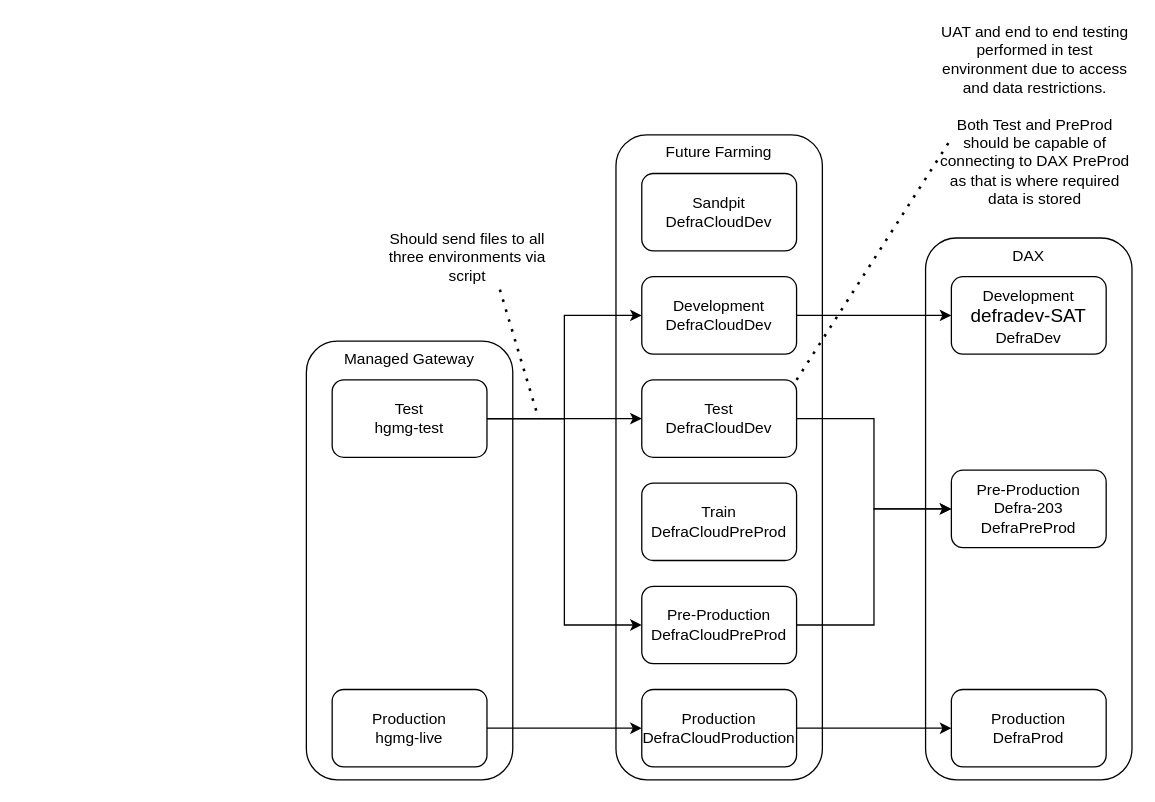
johnwatson484/diagrams keeps this draw.io diagram as vv-integration.drawio. Above is the earlier version. Source tidied: cells renumbered, new cells numbered last; positions are measured from the earlier drawing's top-left corner, leaving out a move shared by most shapes. Both pictures are drawn from the tidied source at 129%, with x=0, y=0 at pixel (306, 95).
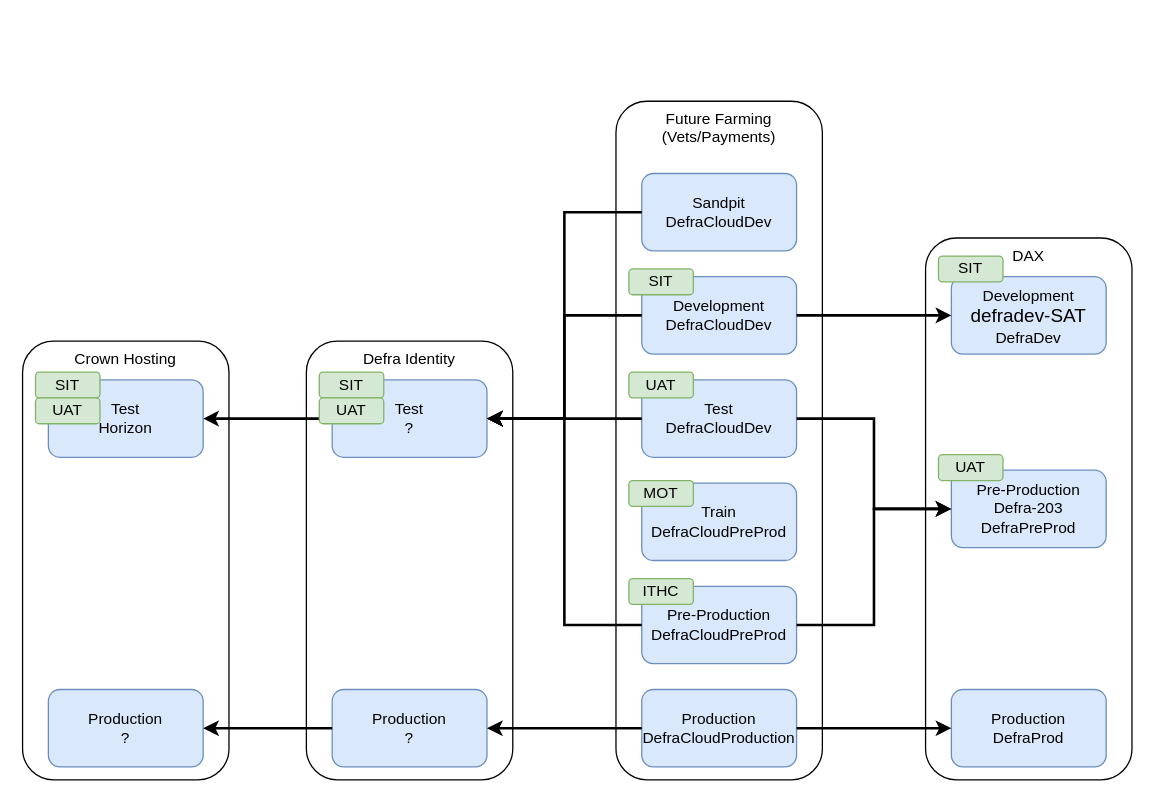
Above is the later version.

Change to the diagram source:
```diff
@@
-    <mxCell id="3" value="Future Farming" style="rounded=1;whiteSpace=wrap;html=1;verticalAlign=top;" parent="1" vertex="1">
-      <mxGeometry x="240" y="30" width="160" height="500" as="geometry" />
+    <mxCell id="3" value="Future Farming&lt;br&gt;(Vets/Payments)" style="rounded=1;whiteSpace=wrap;html=1;verticalAlign=top;" parent="1" vertex="1">
+      <mxGeometry x="240" y="4" width="160" height="526" as="geometry" />
     </mxCell>
-    <mxCell id="4" value="Managed Gateway" style="rounded=1;whiteSpace=wrap;html=1;verticalAlign=top;" parent="1" vertex="1">
+    <mxCell id="4" value="Defra Identity" style="rounded=1;whiteSpace=wrap;html=1;verticalAlign=top;" parent="1" vertex="1">
       <mxGeometry y="190" width="160" height="340" as="geometry" />
     </mxCell>
-    <mxCell id="5" value="Sandpit&lt;br&gt;DefraCloudDev" style="rounded=1;whiteSpace=wrap;html=1;" parent="1" vertex="1">
+    <mxCell id="5" value="Sandpit&lt;br&gt;DefraCloudDev" style="rounded=1;whiteSpace=wrap;html=1;fillColor=#dae8fc;strokeColor=#6c8ebf;" parent="1" vertex="1">
       <mxGeometry x="260" y="60" width="120" height="60" as="geometry" />
     </mxCell>
-    <mxCell id="6" style="edgeStyle=orthogonalEdgeStyle;rounded=0;jettySize=auto;html=1;" parent="1" edge="1" source="7" target="15">
-      <mxGeometry relative="1" as="geometry" />
-    </mxCell>
-    <mxCell id="7" value="Development&lt;br&gt;DefraCloudDev" style="rounded=1;whiteSpace=wrap;html=1;" parent="1" vertex="1">
+    <mxCell id="7" value="Development&lt;br&gt;DefraCloudDev" style="rounded=1;whiteSpace=wrap;html=1;fillColor=#dae8fc;strokeColor=#6c8ebf;" parent="1" vertex="1">
       <mxGeometry x="260" y="140" width="120" height="60" as="geometry" />
     </mxCell>
-    <mxCell id="8" style="edgeStyle=orthogonalEdgeStyle;rounded=0;jettySize=auto;html=1;entryX=0;entryY=0.5;entryDx=0;entryDy=0;" parent="1" edge="1" source="9" target="16">
-      <mxGeometry relative="1" as="geometry" />
-    </mxCell>
-    <mxCell id="9" value="Test&lt;br&gt;DefraCloudDev" style="rounded=1;whiteSpace=wrap;html=1;" parent="1" vertex="1">
+    <mxCell id="9" value="Test&lt;br&gt;DefraCloudDev" style="rounded=1;whiteSpace=wrap;html=1;fillColor=#dae8fc;strokeColor=#6c8ebf;" parent="1" vertex="1">
       <mxGeometry x="260" y="220" width="120" height="60" as="geometry" />
     </mxCell>
-    <mxCell id="10" value="Train&lt;br&gt;DefraCloudPreProd" style="rounded=1;whiteSpace=wrap;html=1;" parent="1" vertex="1">
+    <mxCell id="10" value="Train&lt;br&gt;DefraCloudPreProd" style="rounded=1;whiteSpace=wrap;html=1;fillColor=#dae8fc;strokeColor=#6c8ebf;" parent="1" vertex="1">
       <mxGeometry x="260" y="300" width="120" height="60" as="geometry" />
     </mxCell>
-    <mxCell id="11" style="edgeStyle=orthogonalEdgeStyle;rounded=0;jettySize=auto;html=1;entryX=0;entryY=0.5;entryDx=0;entryDy=0;" parent="1" edge="1" source="12" target="16">
-      <mxGeometry relative="1" as="geometry" />
-    </mxCell>
-    <mxCell id="12" value="Pre-Production&lt;br&gt;DefraCloudPreProd" style="rounded=1;whiteSpace=wrap;html=1;" parent="1" vertex="1">
+    <mxCell id="12" value="Pre-Production&lt;br&gt;DefraCloudPreProd" style="rounded=1;whiteSpace=wrap;html=1;fillColor=#dae8fc;strokeColor=#6c8ebf;" parent="1" vertex="1">
       <mxGeometry x="260" y="380" width="120" height="60" as="geometry" />
     </mxCell>
-    <mxCell id="13" style="edgeStyle=orthogonalEdgeStyle;rounded=0;jettySize=auto;html=1;" parent="1" edge="1" source="14" target="17">
-      <mxGeometry relative="1" as="geometry" />
-    </mxCell>
-    <mxCell id="14" value="Production&lt;br&gt;DefraCloudProduction" style="rounded=1;whiteSpace=wrap;html=1;" parent="1" vertex="1">
+    <mxCell id="14" value="Production&lt;br&gt;DefraCloudProduction" style="rounded=1;whiteSpace=wrap;html=1;fillColor=#dae8fc;strokeColor=#6c8ebf;" parent="1" vertex="1">
       <mxGeometry x="260" y="460" width="120" height="60" as="geometry" />
     </mxCell>
-    <mxCell id="15" value="Development&lt;font face=&quot;calibri, sans-serif&quot;&gt;&lt;span style=&quot;font-size: 14.6667px&quot;&gt;&lt;br&gt;defradev-SAT&lt;/span&gt;&lt;/font&gt;&lt;br&gt;DefraDev" style="rounded=1;whiteSpace=wrap;html=1;" parent="1" vertex="1">
+    <mxCell id="15" value="Development&lt;font face=&quot;calibri, sans-serif&quot;&gt;&lt;span style=&quot;font-size: 14.6667px&quot;&gt;&lt;br&gt;defradev-SAT&lt;/span&gt;&lt;/font&gt;&lt;br&gt;DefraDev" style="rounded=1;whiteSpace=wrap;html=1;fillColor=#dae8fc;strokeColor=#6c8ebf;" parent="1" vertex="1">
       <mxGeometry x="500" y="140" width="120" height="60" as="geometry" />
     </mxCell>
-    <mxCell id="16" value="Pre-Production&lt;br&gt;Defra-203&lt;br&gt;DefraPreProd" style="rounded=1;whiteSpace=wrap;html=1;" parent="1" vertex="1">
+    <mxCell id="16" value="Pre-Production&lt;br&gt;Defra-203&lt;br&gt;DefraPreProd" style="rounded=1;whiteSpace=wrap;html=1;fillColor=#dae8fc;strokeColor=#6c8ebf;" parent="1" vertex="1">
       <mxGeometry x="500" y="290" width="120" height="60" as="geometry" />
     </mxCell>
-    <mxCell id="17" value="Production&lt;br&gt;DefraProd" style="rounded=1;whiteSpace=wrap;html=1;" parent="1" vertex="1">
+    <mxCell id="17" value="Production&lt;br&gt;DefraProd" style="rounded=1;whiteSpace=wrap;html=1;fillColor=#dae8fc;strokeColor=#6c8ebf;" parent="1" vertex="1">
       <mxGeometry x="500" y="460" width="120" height="60" as="geometry" />
     </mxCell>
+    <mxCell id="21" value="Test&lt;br&gt;?" style="rounded=1;whiteSpace=wrap;html=1;fillColor=#dae8fc;strokeColor=#6c8ebf;" parent="1" vertex="1">
+      <mxGeometry x="20" y="220" width="120" height="60" as="geometry" />
+    </mxCell>
+    <mxCell id="23" value="Production&lt;br&gt;?" style="rounded=1;whiteSpace=wrap;html=1;fillColor=#dae8fc;strokeColor=#6c8ebf;" parent="1" vertex="1">
+      <mxGeometry x="20" y="460" width="120" height="60" as="geometry" />
+    </mxCell>
+    <mxCell id="28" value="Crown Hosting" style="rounded=1;whiteSpace=wrap;html=1;verticalAlign=top;" parent="1" vertex="1">
+      <mxGeometry x="-220" y="190" width="160" height="340" as="geometry" />
+    </mxCell>
+    <mxCell id="29" value="Test&lt;br&gt;Horizon" style="rounded=1;whiteSpace=wrap;html=1;fillColor=#dae8fc;strokeColor=#6c8ebf;" parent="1" vertex="1">
+      <mxGeometry x="-200" y="220" width="120" height="60" as="geometry" />
+    </mxCell>
+    <mxCell id="30" value="Production&lt;br&gt;?" style="rounded=1;whiteSpace=wrap;html=1;fillColor=#dae8fc;strokeColor=#6c8ebf;" parent="1" vertex="1">
+      <mxGeometry x="-200" y="460" width="120" height="60" as="geometry" />
+    </mxCell>
+    <mxCell id="6" style="edgeStyle=orthogonalEdgeStyle;rounded=0;jettySize=auto;html=1;strokeWidth=2;" parent="1" edge="1" source="7" target="15">
+      <mxGeometry relative="1" as="geometry" />
+    </mxCell>
+    <mxCell id="8" style="edgeStyle=orthogonalEdgeStyle;rounded=0;jettySize=auto;html=1;entryX=0;entryY=0.5;entryDx=0;entryDy=0;strokeWidth=2;" parent="1" edge="1" source="9" target="16">
+      <mxGeometry relative="1" as="geometry" />
+    </mxCell>
+    <mxCell id="11" style="edgeStyle=orthogonalEdgeStyle;rounded=0;jettySize=auto;html=1;entryX=0;entryY=0.5;entryDx=0;entryDy=0;strokeWidth=2;" parent="1" edge="1" source="12" target="16">
+      <mxGeometry relative="1" as="geometry" />
+    </mxCell>
+    <mxCell id="13" style="edgeStyle=orthogonalEdgeStyle;rounded=0;jettySize=auto;html=1;strokeWidth=2;" parent="1" edge="1" source="14" target="17">
+      <mxGeometry relative="1" as="geometry" />
+    </mxCell>
-    <mxCell id="18" style="edgeStyle=orthogonalEdgeStyle;rounded=0;jettySize=auto;html=1;entryX=0;entryY=0.5;entryDx=0;entryDy=0;" parent="1" edge="1" source="21" target="9">
+    <mxCell id="18" style="edgeStyle=orthogonalEdgeStyle;rounded=0;jettySize=auto;html=1;exitX=0;exitY=0.5;exitDx=0;exitDy=0;strokeWidth=2;" parent="1" edge="1" source="9" target="21">
       <mxGeometry relative="1" as="geometry" />
     </mxCell>
-    <mxCell id="19" style="edgeStyle=orthogonalEdgeStyle;rounded=0;jettySize=auto;html=1;entryX=0;entryY=0.5;entryDx=0;entryDy=0;" parent="1" edge="1" source="21" target="12">
-      <mxGeometry relative="1" as="geometry" />
+    <mxCell id="19" style="edgeStyle=orthogonalEdgeStyle;rounded=0;jettySize=auto;html=1;exitX=0;exitY=0.5;exitDx=0;exitDy=0;strokeWidth=2;" parent="1" edge="1" source="12">
+      <mxGeometry relative="1" as="geometry">
+        <mxPoint x="140" y="250" as="targetPoint" />
+        <Array as="points">
+          <mxPoint x="200" y="410" />
+          <mxPoint x="200" y="250" />
+        </Array>
+      </mxGeometry>
     </mxCell>
-    <mxCell id="20" style="edgeStyle=orthogonalEdgeStyle;rounded=0;jettySize=auto;html=1;entryX=0;entryY=0.5;entryDx=0;entryDy=0;" parent="1" edge="1" source="21" target="7">
-      <mxGeometry relative="1" as="geometry" />
+    <mxCell id="20" style="edgeStyle=orthogonalEdgeStyle;rounded=0;jettySize=auto;html=1;exitX=0;exitY=0.5;exitDx=0;exitDy=0;strokeWidth=2;" parent="1" edge="1" source="7" target="21">
+      <mxGeometry relative="1" as="geometry">
+        <Array as="points">
+          <mxPoint x="200" y="170" />
+          <mxPoint x="200" y="250" />
+        </Array>
+      </mxGeometry>
     </mxCell>
-    <mxCell id="21" value="Test&lt;br&gt;hgmg-test" style="rounded=1;whiteSpace=wrap;html=1;" parent="1" vertex="1">
-      <mxGeometry x="20" y="220" width="120" height="60" as="geometry" />
-    </mxCell>
+    <mxCell id="31" style="edgeStyle=orthogonalEdgeStyle;rounded=0;jettySize=auto;html=1;exitX=0;exitY=0.5;exitDx=0;exitDy=0;entryX=1;entryY=0.5;entryDx=0;entryDy=0;strokeWidth=2;" parent="1" edge="1" source="5" target="21">
+      <mxGeometry relative="1" as="geometry" />
+    </mxCell>
+    <mxCell id="32" style="edgeStyle=orthogonalEdgeStyle;rounded=0;jettySize=auto;html=1;strokeWidth=2;" parent="1" edge="1" source="21" target="29">
+      <mxGeometry relative="1" as="geometry" />
+    </mxCell>
-    <mxCell id="22" style="edgeStyle=orthogonalEdgeStyle;rounded=0;jettySize=auto;html=1;entryX=0;entryY=0.5;entryDx=0;entryDy=0;" parent="1" edge="1" source="23" target="14">
+    <mxCell id="22" style="edgeStyle=orthogonalEdgeStyle;rounded=0;jettySize=auto;html=1;exitX=0;exitY=0.5;exitDx=0;exitDy=0;strokeWidth=2;" parent="1" edge="1" source="14" target="23">
       <mxGeometry relative="1" as="geometry" />
     </mxCell>
-    <mxCell id="23" value="Production&lt;br&gt;hgmg-live" style="rounded=1;whiteSpace=wrap;html=1;" parent="1" vertex="1">
-      <mxGeometry x="20" y="460" width="120" height="60" as="geometry" />
-    </mxCell>
-    <mxCell id="24" value="Should send files to all three environments via script" style="text;html=1;strokeColor=none;fillColor=none;align=center;verticalAlign=middle;whiteSpace=wrap;rounded=0;" parent="1" vertex="1">
-      <mxGeometry x="50" y="110" width="150" height="30" as="geometry" />
-    </mxCell>
-    <mxCell id="25" style="endArrow=none;dashed=1;html=1;dashPattern=1 3;strokeWidth=2;rounded=0;" parent="1" edge="1">
-      <mxGeometry relative="1" as="geometry">
-        <mxPoint x="150" y="150" as="sourcePoint" />
-        <mxPoint x="180" y="250" as="targetPoint" />
-      </mxGeometry>
-    </mxCell>
-    <mxCell id="26" value="UAT and end to end testing performed in test environment due to access and data restrictions.&lt;br&gt;&lt;br&gt;Both Test and PreProd should be capable of connecting to DAX PreProd as that is where required data is stored" style="text;html=1;strokeColor=none;fillColor=none;align=center;verticalAlign=middle;whiteSpace=wrap;rounded=0;" parent="1" vertex="1">
-      <mxGeometry x="490" width="150" height="30" as="geometry" />
-    </mxCell>
-    <mxCell id="27" style="endArrow=none;dashed=1;html=1;dashPattern=1 3;strokeWidth=2;rounded=0;entryX=0.053;entryY=1.2;entryDx=0;entryDy=0;entryPerimeter=0;exitX=1;exitY=0;exitDx=0;exitDy=0;" parent="1" edge="1" source="9" target="26">
-      <mxGeometry relative="1" as="geometry" />
-    </mxCell>
+    <mxCell id="33" style="edgeStyle=orthogonalEdgeStyle;rounded=0;jettySize=auto;html=1;entryX=1;entryY=0.5;entryDx=0;entryDy=0;strokeWidth=2;" parent="1" edge="1" source="23" target="30">
+      <mxGeometry relative="1" as="geometry" />
+    </mxCell>
+    <mxCell id="34" value="SIT" style="rounded=1;whiteSpace=wrap;html=1;fillColor=#d5e8d4;strokeColor=#82b366;" parent="1" vertex="1">
+      <mxGeometry x="250" y="134" width="50" height="20" as="geometry" />
+    </mxCell>
+    <mxCell id="35" value="UAT" style="rounded=1;whiteSpace=wrap;html=1;fillColor=#d5e8d4;strokeColor=#82b366;" parent="1" vertex="1">
+      <mxGeometry x="250" y="214" width="50" height="20" as="geometry" />
+    </mxCell>
+    <mxCell id="36" value="MOT" style="rounded=1;whiteSpace=wrap;html=1;fillColor=#d5e8d4;strokeColor=#82b366;" parent="1" vertex="1">
+      <mxGeometry x="250" y="298" width="50" height="20" as="geometry" />
+    </mxCell>
+    <mxCell id="37" value="SIT" style="rounded=1;whiteSpace=wrap;html=1;fillColor=#d5e8d4;strokeColor=#82b366;" parent="1" vertex="1">
+      <mxGeometry x="10" y="214" width="50" height="20" as="geometry" />
+    </mxCell>
+    <mxCell id="38" value="UAT" style="rounded=1;whiteSpace=wrap;html=1;fillColor=#d5e8d4;strokeColor=#82b366;" parent="1" vertex="1">
+      <mxGeometry x="10" y="234" width="50" height="20" as="geometry" />
+    </mxCell>
+    <mxCell id="39" value="SIT" style="rounded=1;whiteSpace=wrap;html=1;fillColor=#d5e8d4;strokeColor=#82b366;" parent="1" vertex="1">
+      <mxGeometry x="-210" y="214" width="50" height="20" as="geometry" />
+    </mxCell>
+    <mxCell id="40" value="UAT" style="rounded=1;whiteSpace=wrap;html=1;fillColor=#d5e8d4;strokeColor=#82b366;" parent="1" vertex="1">
+      <mxGeometry x="-210" y="234" width="50" height="20" as="geometry" />
+    </mxCell>
+    <mxCell id="41" value="SIT" style="rounded=1;whiteSpace=wrap;html=1;fillColor=#d5e8d4;strokeColor=#82b366;" parent="1" vertex="1">
+      <mxGeometry x="490" y="124" width="50" height="20" as="geometry" />
+    </mxCell>
+    <mxCell id="42" value="UAT" style="rounded=1;whiteSpace=wrap;html=1;fillColor=#d5e8d4;strokeColor=#82b366;" parent="1" vertex="1">
+      <mxGeometry x="490" y="278" width="50" height="20" as="geometry" />
+    </mxCell>
+    <mxCell id="43" value="ITHC" style="rounded=1;whiteSpace=wrap;html=1;fillColor=#d5e8d4;strokeColor=#82b366;" parent="1" vertex="1">
+      <mxGeometry x="250" y="374" width="50" height="20" as="geometry" />
+    </mxCell>
```
